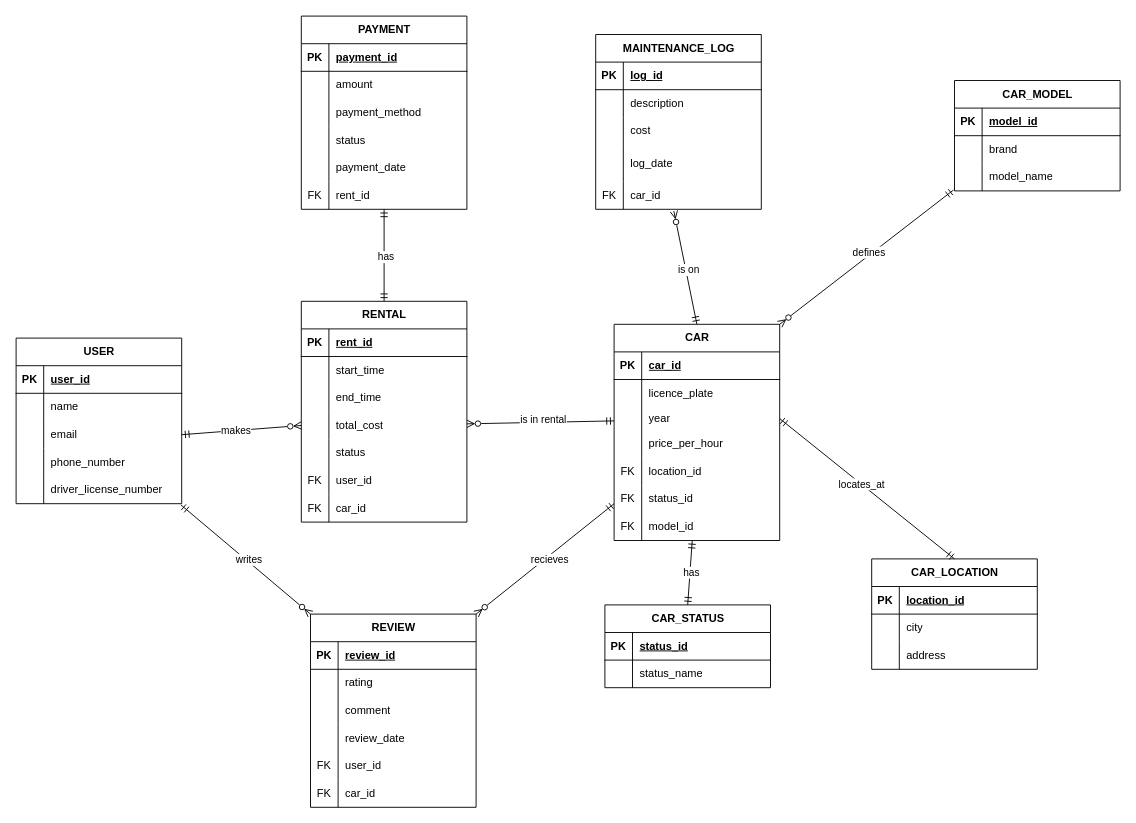
This is docs/CarSharing.drawio from 2heist/coursework_db, a draw.io file, before an edit. Source tidied: cells renumbered, new cells numbered last; positions are measured from the earlier drawing's top-left corner, leaving out a move shared by most shapes. Both pictures are drawn from the tidied source at 92%, with x=0, y=0 at pixel (16, 16).
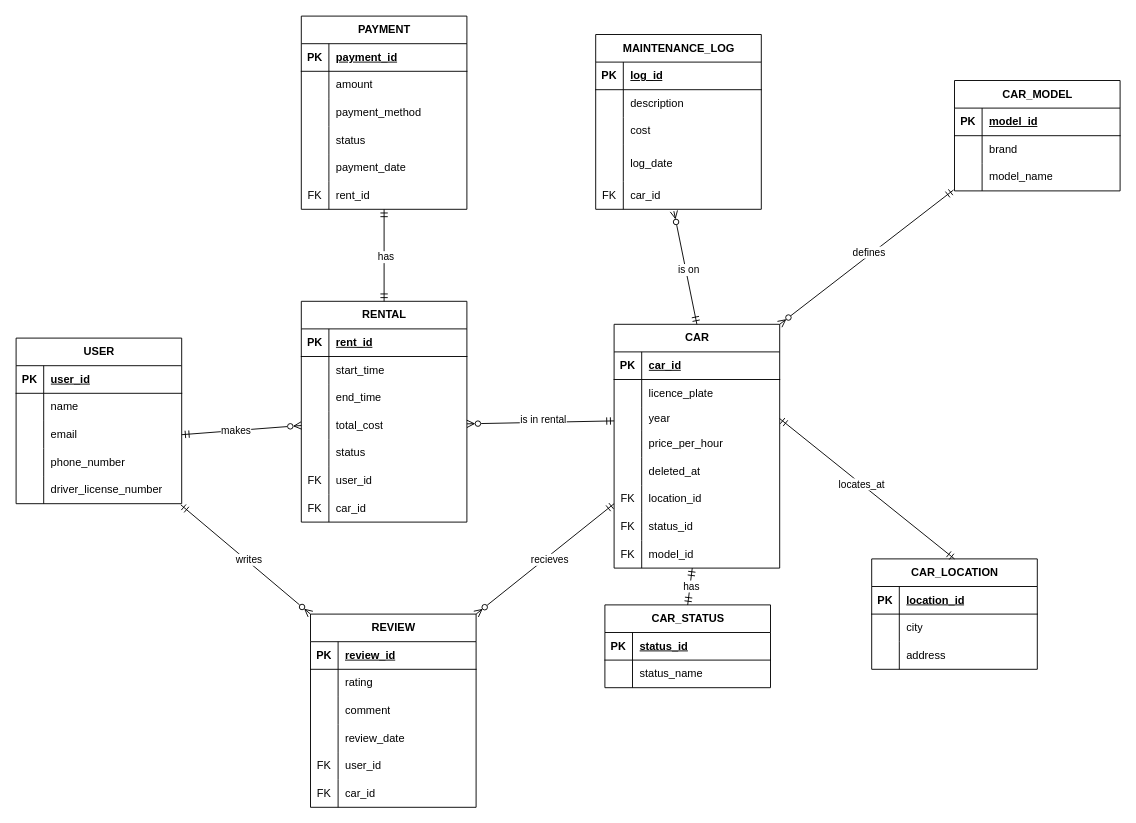
The same diagram, later.

The edit, as a diff of the source:
```diff
@@
     <mxCell id="18" value="CAR" style="shape=table;startSize=30;childLayout=tableLayout;rowLines=0;fontStyle=1;align=center;html=1;" parent="1" vertex="1">
-      <mxGeometry x="650" y="335" width="180" height="235" as="geometry" />
+      <mxGeometry x="650" y="335" width="180" height="265" as="geometry" />
     </mxCell>
@@
+    <mxCell id="161" style="shape=tableRow;horizontal=0;startSize=0;swimlaneHead=0;swimlaneBody=0;fillColor=none;top=0;left=0;right=0;bottom=0;" parent="18" vertex="1">
+      <mxGeometry y="145" width="180" height="30" as="geometry" />
+    </mxCell>
+    <mxCell id="162" style="shape=partialRectangle;fillColor=none;top=0;left=0;bottom=0;right=0;overflow=hidden;whiteSpace=wrap;html=1;" parent="161" vertex="1">
+      <mxGeometry width="30" height="30" as="geometry" />
+    </mxCell>
+    <mxCell id="163" value="deleted_at" style="shape=partialRectangle;fillColor=none;top=0;left=0;bottom=0;right=0;align=left;spacingLeft=6;overflow=hidden;whiteSpace=wrap;html=1;" parent="161" vertex="1">
+      <mxGeometry x="30" width="150" height="30" as="geometry" />
+    </mxCell>
     <mxCell id="31" style="shape=tableRow;horizontal=0;startSize=0;swimlaneHead=0;swimlaneBody=0;fillColor=none;top=0;left=0;right=0;bottom=0;" parent="18" vertex="1">
-      <mxGeometry y="145" width="180" height="30" as="geometry" />
+      <mxGeometry y="175" width="180" height="30" as="geometry" />
     </mxCell>
@@
     <mxCell id="34" style="shape=tableRow;horizontal=0;startSize=0;swimlaneHead=0;swimlaneBody=0;fillColor=none;top=0;left=0;right=0;bottom=0;" parent="18" vertex="1">
-      <mxGeometry y="175" width="180" height="30" as="geometry" />
+      <mxGeometry y="205" width="180" height="30" as="geometry" />
     </mxCell>
@@
     <mxCell id="37" style="shape=tableRow;horizontal=0;startSize=0;swimlaneHead=0;swimlaneBody=0;fillColor=none;points=[[0,0.5],[1,0.5]];portConstraint=eastwest;top=0;left=0;right=0;bottom=0;" parent="18" vertex="1">
-      <mxGeometry y="205" width="180" height="30" as="geometry" />
+      <mxGeometry y="235" width="180" height="30" as="geometry" />
     </mxCell>
```
